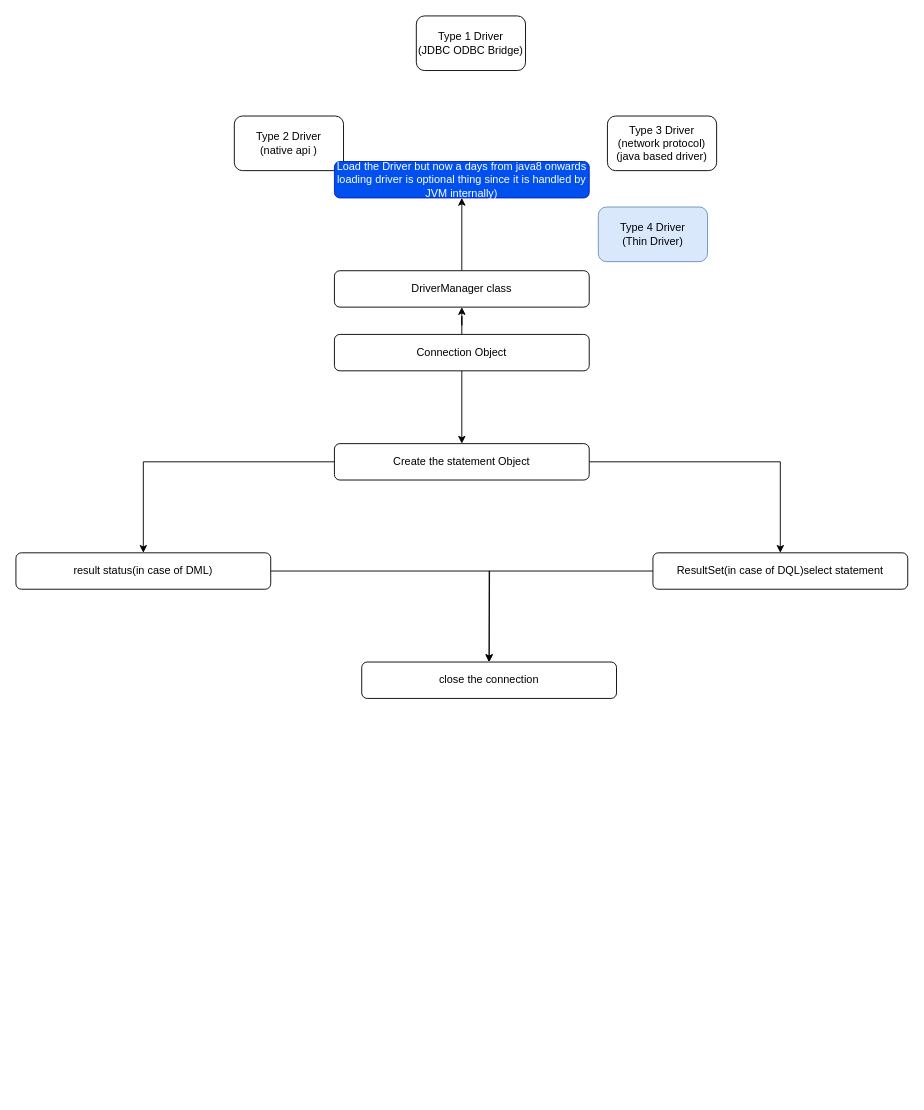
Earlier version of the draw.io diagram page "JDBC" (3 of 3) of Untitled Diagram.drawio (abhinandanchivate/imarticusciti). Source tidied: cells renumbered, new cells numbered last; positions are measured from the earlier drawing's top-left corner, leaving out a move shared by most shapes. Both pictures are drawn from the tidied source at 91%, with x=0, y=0 at pixel (15, 15).
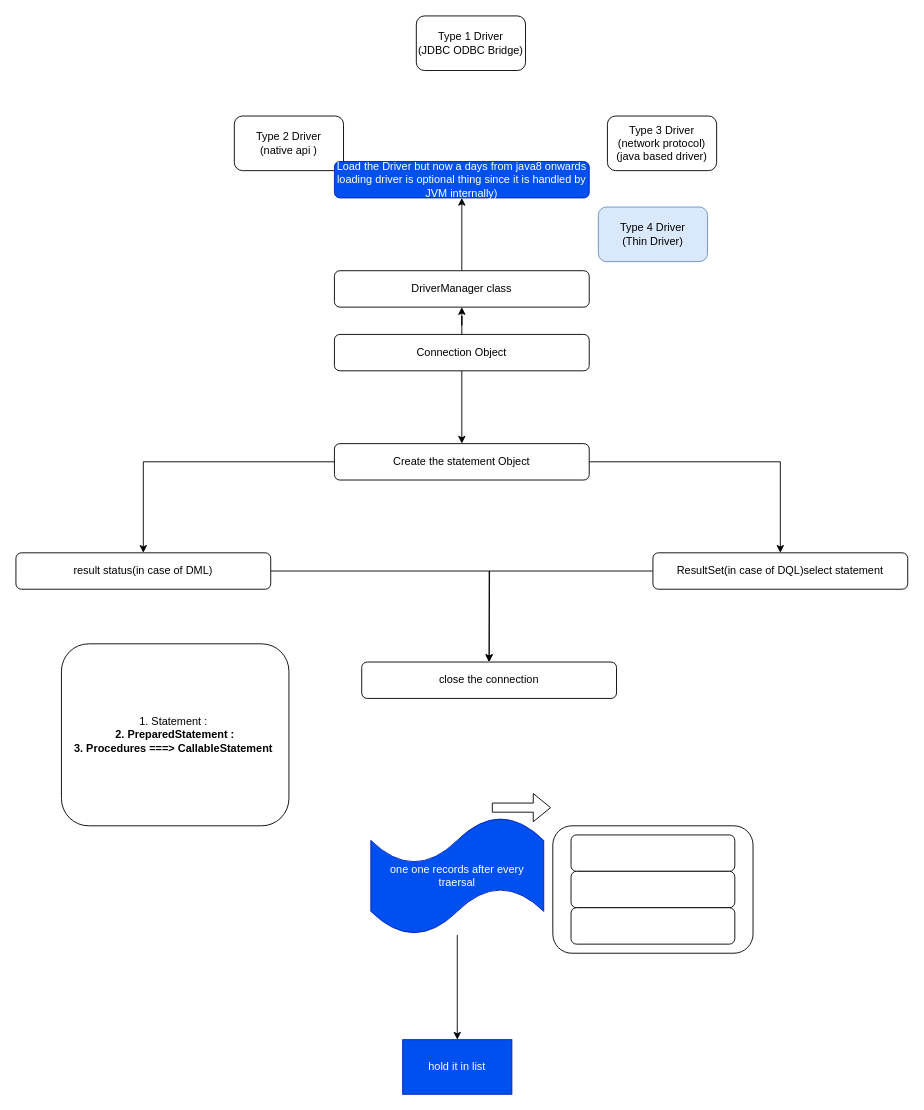
After the change.

Change to the diagram source:
```diff
@@
+    <mxCell id="20" value="1. Statement :&amp;nbsp;&lt;br&gt;&lt;b&gt;2. PreparedStatement :&lt;br&gt;3. Procedures ===&amp;gt; CallableStatement&amp;nbsp;&lt;/b&gt;" style="rounded=1;whiteSpace=wrap;html=1;" parent="1" vertex="1">
+      <mxGeometry x="50" y="690" width="250" height="200" as="geometry" />
+    </mxCell>
+    <mxCell id="21" style="rounded=1;whiteSpace=wrap;html=1;" parent="1" vertex="1">
+      <mxGeometry x="590" y="890" width="220" height="140" as="geometry" />
+    </mxCell>
+    <mxCell id="22" style="rounded=1;whiteSpace=wrap;html=1;" parent="1" vertex="1">
+      <mxGeometry x="610" y="900" width="180" height="40" as="geometry" />
+    </mxCell>
+    <mxCell id="23" style="rounded=1;whiteSpace=wrap;html=1;" parent="1" vertex="1">
+      <mxGeometry x="610" y="940" width="180" height="40" as="geometry" />
+    </mxCell>
+    <mxCell id="24" style="rounded=1;whiteSpace=wrap;html=1;" parent="1" vertex="1">
+      <mxGeometry x="610" y="980" width="180" height="40" as="geometry" />
+    </mxCell>
+    <mxCell id="25" style="shape=flexArrow;endArrow=classic;html=1;rounded=0;" parent="1" edge="1">
+      <mxGeometry relative="1" as="geometry">
+        <mxPoint x="523" y="870" as="sourcePoint" />
+        <mxPoint x="588" y="870" as="targetPoint" />
+      </mxGeometry>
+    </mxCell>
+    <mxCell id="26" style="edgeStyle=orthogonalEdgeStyle;rounded=0;jettySize=auto;html=1;" parent="1" edge="1" source="27" target="28">
+      <mxGeometry relative="1" as="geometry" />
+    </mxCell>
+    <mxCell id="27" value="one one records after every traersal" style="shape=tape;whiteSpace=wrap;html=1;fillColor=#0050ef;fontColor=#ffffff;strokeColor=#001DBC;" parent="1" vertex="1">
+      <mxGeometry x="390" y="880" width="190" height="130" as="geometry" />
+    </mxCell>
+    <mxCell id="28" value="hold it in list" style="whiteSpace=wrap;html=1;fillColor=#0050ef;strokeColor=#001DBC;fontColor=#ffffff;" parent="1" vertex="1">
+      <mxGeometry x="425" y="1125" width="120" height="60" as="geometry" />
+    </mxCell>
```
